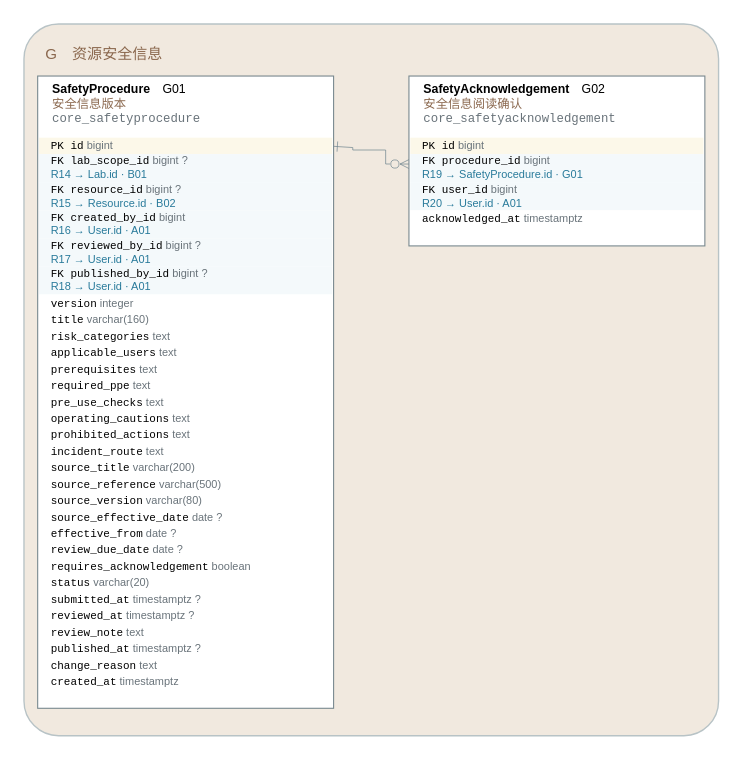
yvming67-gif/campus-lab-equipment-manager keeps this draw.io diagram as models/图形源文件/图D-8-资源安全信息ERD.drawio. Above is the earlier version. Source tidied: cells renumbered, new cells numbered last; positions are measured from the earlier drawing's top-left corner, leaving out a move shared by most shapes. Both pictures are drawn from the tidied source at 137%, with x=0, y=0 at pixel (23, 23).
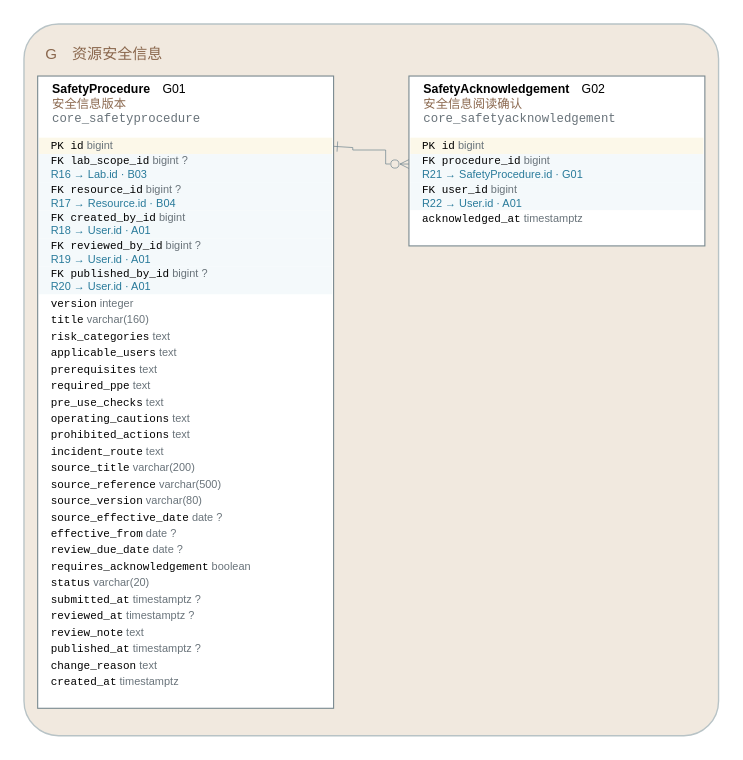
The same page after the edit.

The change refers to these unchanged cells:
```xml
<mxCell id="6" style="rounded=0;fillColor=#ffffff;strokeColor=#78888e;strokeWidth=0.8;" parent="3" vertex="1">
  <mxGeometry x="10" y="38" width="216" height="461.5" as="geometry" />
</mxCell>
<mxCell id="38" style="rounded=0;fillColor=#ffffff;strokeColor=#78888e;strokeWidth=0.8;" parent="3" vertex="1">
  <mxGeometry x="281" y="38" width="216" height="124" as="geometry" />
</mxCell>
```

The edit, as a diff of the source:
```diff
@@
-    <mxCell id="9" value="&lt;font face='Consolas'&gt;FK lab_scope_id&lt;/font&gt; &lt;font color='#69737a'&gt;bigint ?&lt;/font&gt;&lt;br/&gt;&lt;font color='#287a9a'&gt;R14 → Lab.id · B01&lt;/font&gt;" style="text;html=1;whiteSpace=wrap;fillColor=#f4f9fb;strokeColor=none;align=left;verticalAlign=middle;spacingLeft=7;fontSize=8;fontFamily=Microsoft YaHei;" parent="6" vertex="1">
+    <mxCell id="9" value="&lt;font face='Consolas'&gt;FK lab_scope_id&lt;/font&gt; &lt;font color='#69737a'&gt;bigint ?&lt;/font&gt;&lt;br/&gt;&lt;font color='#287a9a'&gt;R16 → Lab.id · B03&lt;/font&gt;" style="text;html=1;whiteSpace=wrap;fillColor=#f4f9fb;strokeColor=none;align=left;verticalAlign=middle;spacingLeft=7;fontSize=8;fontFamily=Microsoft YaHei;" parent="6" vertex="1">
       <mxGeometry x="1" y="57" width="214" height="20.5" as="geometry" />
     </mxCell>
-    <mxCell id="10" value="&lt;font face='Consolas'&gt;FK resource_id&lt;/font&gt; &lt;font color='#69737a'&gt;bigint ?&lt;/font&gt;&lt;br/&gt;&lt;font color='#287a9a'&gt;R15 → Resource.id · B02&lt;/font&gt;" style="text;html=1;whiteSpace=wrap;fillColor=#f4f9fb;strokeColor=none;align=left;verticalAlign=middle;spacingLeft=7;fontSize=8;fontFamily=Microsoft YaHei;" parent="6" vertex="1">
+    <mxCell id="10" value="&lt;font face='Consolas'&gt;FK resource_id&lt;/font&gt; &lt;font color='#69737a'&gt;bigint ?&lt;/font&gt;&lt;br/&gt;&lt;font color='#287a9a'&gt;R17 → Resource.id · B04&lt;/font&gt;" style="text;html=1;whiteSpace=wrap;fillColor=#f4f9fb;strokeColor=none;align=left;verticalAlign=middle;spacingLeft=7;fontSize=8;fontFamily=Microsoft YaHei;" parent="6" vertex="1">
       <mxGeometry x="1" y="77.5" width="214" height="20.5" as="geometry" />
     </mxCell>
-    <mxCell id="11" value="&lt;font face='Consolas'&gt;FK created_by_id&lt;/font&gt; &lt;font color='#69737a'&gt;bigint&lt;/font&gt;&lt;br/&gt;&lt;font color='#287a9a'&gt;R16 → User.id · A01&lt;/font&gt;" style="text;html=1;whiteSpace=wrap;fillColor=#f4f9fb;strokeColor=none;align=left;verticalAlign=middle;spacingLeft=7;fontSize=8;fontFamily=Microsoft YaHei;" parent="6" vertex="1">
+    <mxCell id="11" value="&lt;font face='Consolas'&gt;FK created_by_id&lt;/font&gt; &lt;font color='#69737a'&gt;bigint&lt;/font&gt;&lt;br/&gt;&lt;font color='#287a9a'&gt;R18 → User.id · A01&lt;/font&gt;" style="text;html=1;whiteSpace=wrap;fillColor=#f4f9fb;strokeColor=none;align=left;verticalAlign=middle;spacingLeft=7;fontSize=8;fontFamily=Microsoft YaHei;" parent="6" vertex="1">
       <mxGeometry x="1" y="98" width="214" height="20.5" as="geometry" />
     </mxCell>
-    <mxCell id="12" value="&lt;font face='Consolas'&gt;FK reviewed_by_id&lt;/font&gt; &lt;font color='#69737a'&gt;bigint ?&lt;/font&gt;&lt;br/&gt;&lt;font color='#287a9a'&gt;R17 → User.id · A01&lt;/font&gt;" style="text;html=1;whiteSpace=wrap;fillColor=#f4f9fb;strokeColor=none;align=left;verticalAlign=middle;spacingLeft=7;fontSize=8;fontFamily=Microsoft YaHei;" parent="6" vertex="1">
+    <mxCell id="12" value="&lt;font face='Consolas'&gt;FK reviewed_by_id&lt;/font&gt; &lt;font color='#69737a'&gt;bigint ?&lt;/font&gt;&lt;br/&gt;&lt;font color='#287a9a'&gt;R19 → User.id · A01&lt;/font&gt;" style="text;html=1;whiteSpace=wrap;fillColor=#f4f9fb;strokeColor=none;align=left;verticalAlign=middle;spacingLeft=7;fontSize=8;fontFamily=Microsoft YaHei;" parent="6" vertex="1">
       <mxGeometry x="1" y="118.5" width="214" height="20.5" as="geometry" />
     </mxCell>
-    <mxCell id="13" value="&lt;font face='Consolas'&gt;FK published_by_id&lt;/font&gt; &lt;font color='#69737a'&gt;bigint ?&lt;/font&gt;&lt;br/&gt;&lt;font color='#287a9a'&gt;R18 → User.id · A01&lt;/font&gt;" style="text;html=1;whiteSpace=wrap;fillColor=#f4f9fb;strokeColor=none;align=left;verticalAlign=middle;spacingLeft=7;fontSize=8;fontFamily=Microsoft YaHei;" parent="6" vertex="1">
+    <mxCell id="13" value="&lt;font face='Consolas'&gt;FK published_by_id&lt;/font&gt; &lt;font color='#69737a'&gt;bigint ?&lt;/font&gt;&lt;br/&gt;&lt;font color='#287a9a'&gt;R20 → User.id · A01&lt;/font&gt;" style="text;html=1;whiteSpace=wrap;fillColor=#f4f9fb;strokeColor=none;align=left;verticalAlign=middle;spacingLeft=7;fontSize=8;fontFamily=Microsoft YaHei;" parent="6" vertex="1">
       <mxGeometry x="1" y="139" width="214" height="20.5" as="geometry" />
     </mxCell>
@@
-    <mxCell id="41" value="&lt;font face='Consolas'&gt;FK procedure_id&lt;/font&gt; &lt;font color='#69737a'&gt;bigint&lt;/font&gt;&lt;br/&gt;&lt;font color='#287a9a'&gt;R19 → SafetyProcedure.id · G01&lt;/font&gt;" style="text;html=1;whiteSpace=wrap;fillColor=#f4f9fb;strokeColor=none;align=left;verticalAlign=middle;spacingLeft=7;fontSize=8;fontFamily=Microsoft YaHei;" parent="38" vertex="1">
+    <mxCell id="41" value="&lt;font face='Consolas'&gt;FK procedure_id&lt;/font&gt; &lt;font color='#69737a'&gt;bigint&lt;/font&gt;&lt;br/&gt;&lt;font color='#287a9a'&gt;R21 → SafetyProcedure.id · G01&lt;/font&gt;" style="text;html=1;whiteSpace=wrap;fillColor=#f4f9fb;strokeColor=none;align=left;verticalAlign=middle;spacingLeft=7;fontSize=8;fontFamily=Microsoft YaHei;" parent="38" vertex="1">
       <mxGeometry x="1" y="57" width="214" height="20.5" as="geometry" />
     </mxCell>
-    <mxCell id="42" value="&lt;font face='Consolas'&gt;FK user_id&lt;/font&gt; &lt;font color='#69737a'&gt;bigint&lt;/font&gt;&lt;br/&gt;&lt;font color='#287a9a'&gt;R20 → User.id · A01&lt;/font&gt;" style="text;html=1;whiteSpace=wrap;fillColor=#f4f9fb;strokeColor=none;align=left;verticalAlign=middle;spacingLeft=7;fontSize=8;fontFamily=Microsoft YaHei;" parent="38" vertex="1">
+    <mxCell id="42" value="&lt;font face='Consolas'&gt;FK user_id&lt;/font&gt; &lt;font color='#69737a'&gt;bigint&lt;/font&gt;&lt;br/&gt;&lt;font color='#287a9a'&gt;R22 → User.id · A01&lt;/font&gt;" style="text;html=1;whiteSpace=wrap;fillColor=#f4f9fb;strokeColor=none;align=left;verticalAlign=middle;spacingLeft=7;fontSize=8;fontFamily=Microsoft YaHei;" parent="38" vertex="1">
       <mxGeometry x="1" y="77.5" width="214" height="20.5" as="geometry" />
     </mxCell>
```
